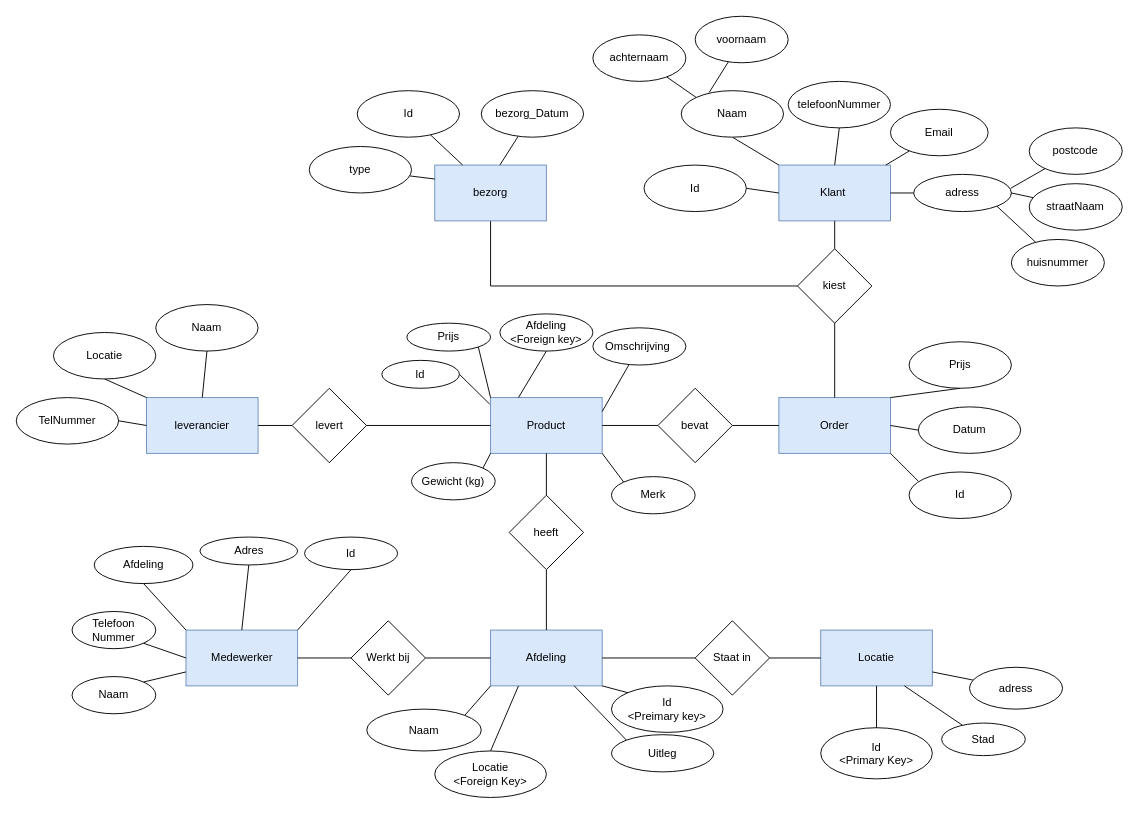
wardalbam/Iprwc-webshop-frontend keeps this draw.io diagram as src/Iprodamo_werkstuk.drawio. Above is the earlier version. Source tidied: cells renumbered, new cells numbered last; positions are measured from the earlier drawing's top-left corner, leaving out a move shared by most shapes. Both pictures are drawn from the tidied source at 93%, with x=0, y=0 at pixel (16, 16).
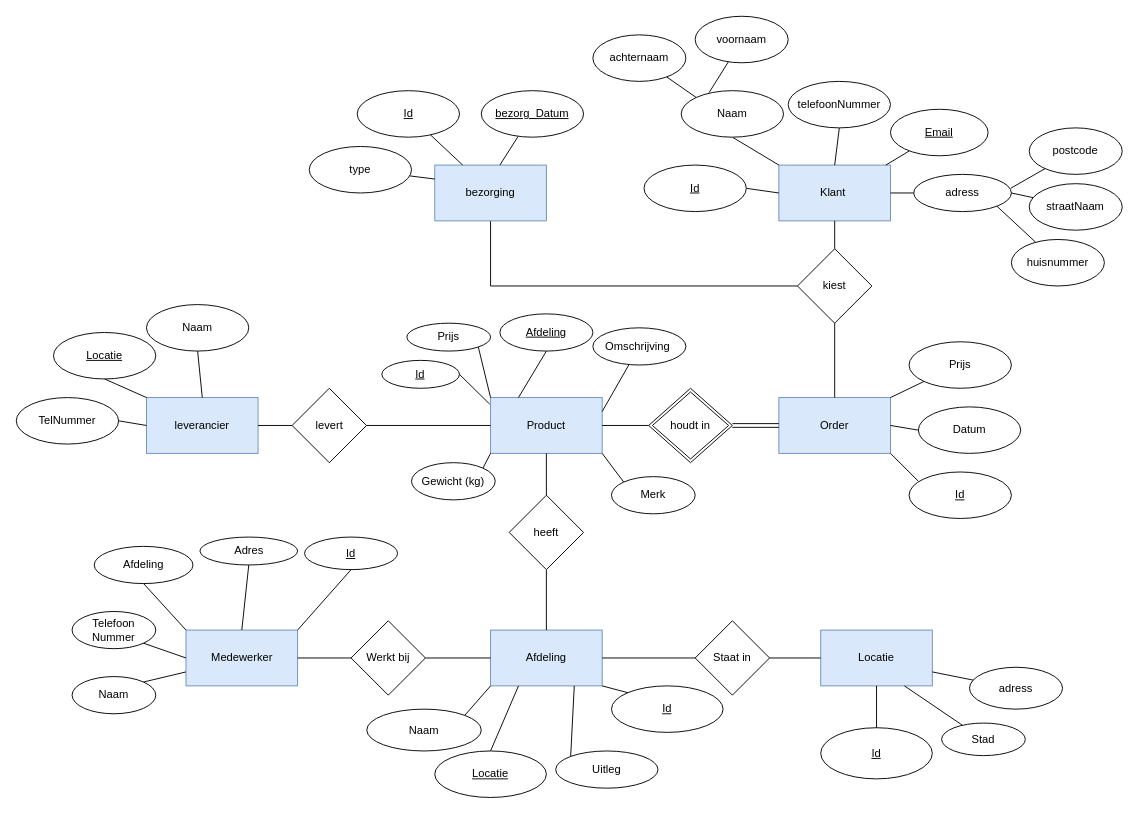
After the change.

The change refers to these unchanged cells:
```xml
<mxCell id="4" value="Order" style="rounded=0;whiteSpace=wrap;html=1;fillColor=#dae8fc;strokeColor=#6c8ebf;" parent="1" vertex="1">
  <mxGeometry x="820" y="410" width="120" height="60" as="geometry" />
</mxCell>
<mxCell id="57" value="Prijs" style="ellipse;whiteSpace=wrap;html=1;" parent="1" vertex="1">
  <mxGeometry x="960" y="350" width="110" height="50" as="geometry" />
</mxCell>
```

Diff of the diagram source:
```diff
@@
-    <mxCell id="12" value="Id" style="ellipse;whiteSpace=wrap;html=1;" parent="1" vertex="1">
+    <mxCell id="12" value="&lt;u&gt;Id&lt;/u&gt;" style="ellipse;whiteSpace=wrap;html=1;" parent="1" vertex="1">
       <mxGeometry x="310" y="560" width="100" height="35" as="geometry" />
     </mxCell>
     <mxCell id="13" value="Uitleg" style="ellipse;whiteSpace=wrap;html=1;rounded=0;" parent="1" vertex="1">
-      <mxGeometry x="640" y="772.5" width="110" height="40" as="geometry" />
+      <mxGeometry x="580" y="790" width="110" height="40" as="geometry" />
     </mxCell>
@@
-    <mxCell id="15" value="Id&lt;br&gt;&amp;lt;Preimary key&amp;gt;" style="ellipse;whiteSpace=wrap;html=1;rounded=0;" parent="1" vertex="1">
+    <mxCell id="15" value="&lt;u&gt;Id&lt;/u&gt;" style="ellipse;whiteSpace=wrap;html=1;rounded=0;" parent="1" vertex="1">
       <mxGeometry x="640" y="720" width="120" height="50" as="geometry" />
     </mxCell>
-    <mxCell id="16" value="Locatie&lt;br&gt;&amp;lt;Foreign Key&amp;gt;" style="ellipse;whiteSpace=wrap;html=1;" parent="1" vertex="1">
+    <mxCell id="16" value="&lt;u&gt;Locatie&lt;/u&gt;" style="ellipse;whiteSpace=wrap;html=1;" parent="1" vertex="1">
       <mxGeometry x="450" y="790" width="120" height="50" as="geometry" />
     </mxCell>
@@
-    <mxCell id="29" value="Id&lt;br&gt;&amp;lt;Primary Key&amp;gt;" style="ellipse;whiteSpace=wrap;html=1;rounded=0;" parent="1" vertex="1">
+    <mxCell id="29" value="&lt;u&gt;Id&lt;/u&gt;" style="ellipse;whiteSpace=wrap;html=1;rounded=0;" parent="1" vertex="1">
       <mxGeometry x="865" y="765" width="120" height="55" as="geometry" />
     </mxCell>
@@
-    <mxCell id="39" value="Id" style="ellipse;whiteSpace=wrap;html=1;rounded=0;" parent="1" vertex="1">
+    <mxCell id="39" value="&lt;u&gt;Id&lt;/u&gt;" style="ellipse;whiteSpace=wrap;html=1;rounded=0;" parent="1" vertex="1">
       <mxGeometry x="393.1" y="370" width="83.4" height="30" as="geometry" />
     </mxCell>
@@
-    <mxCell id="44" value="Afdeling&lt;br&gt;&amp;lt;Foreign key&amp;gt;" style="ellipse;whiteSpace=wrap;html=1;" parent="1" vertex="1">
+    <mxCell id="44" value="&lt;u&gt;Afdeling&lt;/u&gt;" style="ellipse;whiteSpace=wrap;html=1;" parent="1" vertex="1">
       <mxGeometry x="520" y="320" width="100" height="40" as="geometry" />
     </mxCell>
@@
-    <mxCell id="56" style="endArrow=none;html=1;rounded=0;entryX=1;entryY=0;entryDx=0;entryDy=0;exitX=0.5;exitY=1;exitDx=0;exitDy=0;" parent="1" edge="1" source="57" target="4">
+    <mxCell id="56" style="endArrow=none;html=1;rounded=0;entryX=1;entryY=0;entryDx=0;entryDy=0;exitX=0;exitY=1;exitDx=0;exitDy=0;" parent="1" edge="1" source="57" target="4">
       <mxGeometry relative="1" as="geometry" />
     </mxCell>
@@
-    <mxCell id="63" value="Id" style="ellipse;whiteSpace=wrap;html=1;" parent="1" vertex="1">
+    <mxCell id="63" value="&lt;u&gt;Id&lt;/u&gt;" style="ellipse;whiteSpace=wrap;html=1;" parent="1" vertex="1">
       <mxGeometry x="675" y="160" width="110" height="50" as="geometry" />
     </mxCell>
@@
     <mxCell id="65" value="Naam" style="ellipse;whiteSpace=wrap;html=1;rounded=0;" parent="1" vertex="1">
-      <mxGeometry x="150" y="310" width="110" height="50" as="geometry" />
+      <mxGeometry x="140" y="310" width="110" height="50" as="geometry" />
     </mxCell>
@@
-    <mxCell id="67" value="Locatie" style="ellipse;whiteSpace=wrap;html=1;rounded=0;" parent="1" vertex="1">
+    <mxCell id="67" value="&lt;u&gt;Locatie&lt;/u&gt;" style="ellipse;whiteSpace=wrap;html=1;rounded=0;" parent="1" vertex="1">
       <mxGeometry x="40" y="340" width="110" height="50" as="geometry" />
     </mxCell>
@@
-    <mxCell id="74" value="bevat" style="rhombus;whiteSpace=wrap;html=1;rounded=0;" parent="1" vertex="1">
-      <mxGeometry x="690" y="400" width="80" height="80" as="geometry" />
-    </mxCell>
-    <mxCell id="75" style="endArrow=none;html=1;rounded=0;exitX=1;exitY=0.5;exitDx=0;exitDy=0;" parent="1" edge="1" target="74">
+    <mxCell id="75" style="endArrow=none;html=1;rounded=0;exitX=1;exitY=0.5;exitDx=0;exitDy=0;entryX=0;entryY=0.5;entryDx=0;entryDy=0;" parent="1" edge="1" target="105">
       <mxGeometry relative="1" as="geometry">
         <mxPoint x="630" y="440" as="sourcePoint" />
       </mxGeometry>
     </mxCell>
-    <mxCell id="76" style="endArrow=none;html=1;rounded=0;entryX=0;entryY=0.5;entryDx=0;entryDy=0;exitX=1;exitY=0.5;exitDx=0;exitDy=0;" parent="1" edge="1" source="74" target="4">
-      <mxGeometry relative="1" as="geometry" />
-    </mxCell>
@@
-    <mxCell id="81" value="Id" style="ellipse;whiteSpace=wrap;html=1;" parent="1" vertex="1">
+    <mxCell id="81" value="&lt;u&gt;Id&lt;/u&gt;" style="ellipse;whiteSpace=wrap;html=1;" parent="1" vertex="1">
       <mxGeometry x="960" y="490" width="110" height="50" as="geometry" />
     </mxCell>
@@
-    <mxCell id="83" value="Email" style="ellipse;whiteSpace=wrap;html=1;" parent="1" vertex="1">
+    <mxCell id="83" value="&lt;u&gt;Email&lt;/u&gt;" style="ellipse;whiteSpace=wrap;html=1;" parent="1" vertex="1">
       <mxGeometry x="940" y="100" width="105" height="50" as="geometry" />
     </mxCell>
@@
-    <mxCell id="87" value="bezorg" style="rounded=0;whiteSpace=wrap;html=1;fillColor=#dae8fc;strokeColor=#6c8ebf;" parent="1" vertex="1">
+    <mxCell id="87" value="bezorging" style="rounded=0;whiteSpace=wrap;html=1;fillColor=#dae8fc;strokeColor=#6c8ebf;" parent="1" vertex="1">
       <mxGeometry x="450" y="160" width="120" height="60" as="geometry" />
     </mxCell>
@@
-    <mxCell id="89" value="bezorg_Datum" style="ellipse;whiteSpace=wrap;html=1;" parent="1" vertex="1">
+    <mxCell id="89" value="&lt;u&gt;bezorg_Datum&lt;/u&gt;" style="ellipse;whiteSpace=wrap;html=1;" parent="1" vertex="1">
       <mxGeometry x="500" y="80" width="110" height="50" as="geometry" />
     </mxCell>
@@
-    <mxCell id="91" value="Id" style="ellipse;whiteSpace=wrap;html=1;" parent="1" vertex="1">
+    <mxCell id="91" value="&lt;u&gt;Id&lt;/u&gt;" style="ellipse;whiteSpace=wrap;html=1;" parent="1" vertex="1">
       <mxGeometry x="366.6" y="80" width="110" height="50" as="geometry" />
     </mxCell>
@@
+    <mxCell id="104" style="shape=link;html=1;rounded=0;exitX=1;exitY=0.5;exitDx=0;exitDy=0;entryX=0;entryY=0.5;entryDx=0;entryDy=0;" parent="1" edge="1" source="105" target="4">
+      <mxGeometry relative="1" as="geometry" />
+    </mxCell>
+    <mxCell id="105" value="houdt in" style="shape=rhombus;double=1;perimeter=rhombusPerimeter;whiteSpace=wrap;html=1;align=center;gradientColor=none;" parent="1" vertex="1">
+      <mxGeometry x="680" y="400" width="90" height="80" as="geometry" />
+    </mxCell>
```
